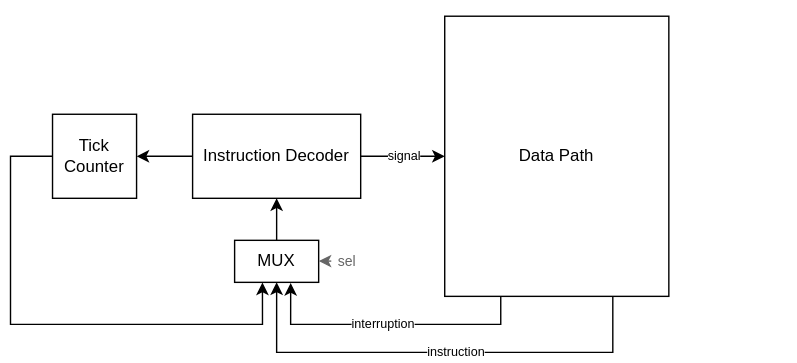
Above: schemes/control_unit.drawio.svg in glebmavi/csa_lab3 (draw.io), before the change. Source tidied: cells renumbered, new cells last; positions are measured from the earlier drawing's top-left corner, leaving out a move shared by most shapes.
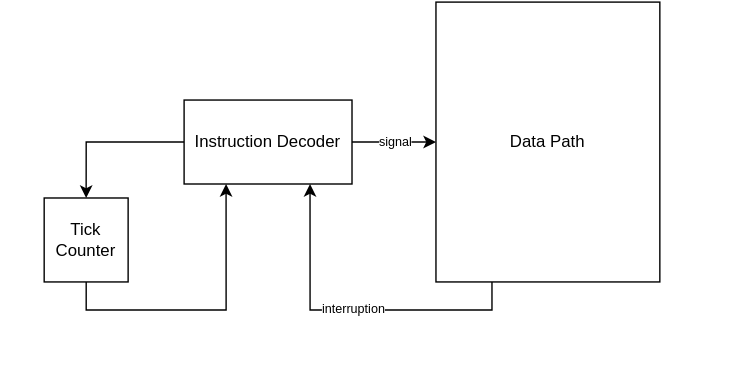
Above is the later version.

Diff of the diagram source:
```diff
@@ -2,11 +2,11 @@
   <root>
     <mxCell id="0" />
     <mxCell id="1" parent="0" />
-    <mxCell id="2" style="edgeStyle=orthogonalEdgeStyle;rounded=0;jettySize=auto;html=1;entryX=0.667;entryY=1.015;entryDx=0;entryDy=0;entryPerimeter=0;" parent="1" edge="1" source="6" target="14">
+    <mxCell id="2" style="edgeStyle=orthogonalEdgeStyle;rounded=0;jettySize=auto;html=1;entryX=0.75;entryY=1;entryDx=0;entryDy=0;" parent="1" edge="1" source="6" target="10">
       <mxGeometry relative="1" as="geometry">
         <Array as="points">
           <mxPoint x="350" y="230" />
-          <mxPoint x="200" y="230" />
+          <mxPoint x="220" y="230" />
         </Array>
       </mxGeometry>
     </mxCell>
@@ -15,25 +15,13 @@
         <mxPoint x="-28" as="offset" />
       </mxGeometry>
     </mxCell>
-    <mxCell id="4" style="edgeStyle=orthogonalEdgeStyle;rounded=0;jettySize=auto;html=1;entryX=0.5;entryY=1;entryDx=0;entryDy=0;" parent="1" edge="1" source="6" target="14">
-      <mxGeometry relative="1" as="geometry">
-        <Array as="points">
-          <mxPoint x="430" y="250" />
-          <mxPoint x="190" y="250" />
-        </Array>
-      </mxGeometry>
-    </mxCell>
-    <mxCell id="5" value="instruction" style="edgeLabel;html=1;align=center;verticalAlign=middle;fontSize=9;" parent="4" vertex="1">
-      <mxGeometry x="-0.08" relative="1" as="geometry" />
-    </mxCell>
     <mxCell id="6" value="Data Path" style="rounded=0;whiteSpace=wrap;html=1;" parent="1" vertex="1">
       <mxGeometry x="310" y="10" width="160" height="200" as="geometry" />
     </mxCell>
-    <mxCell id="7" style="edgeStyle=orthogonalEdgeStyle;rounded=0;jettySize=auto;html=1;entryX=1;entryY=0.5;entryDx=0;entryDy=0;" parent="1" edge="1" source="10" target="12">
+    <mxCell id="7" style="edgeStyle=orthogonalEdgeStyle;rounded=0;jettySize=auto;html=1;entryX=0.5;entryY=0;entryDx=0;entryDy=0;" parent="1" edge="1" source="10" target="12">
       <mxGeometry relative="1" as="geometry">
         <Array as="points">
-          <mxPoint x="110" y="110" />
-          <mxPoint x="110" y="110" />
+          <mxPoint x="60" y="110" />
         </Array>
       </mxGeometry>
     </mxCell>
@@ -48,38 +36,34 @@
     <mxCell id="10" value="Instruction Decoder" style="whiteSpace=wrap;html=1;" parent="1" vertex="1">
       <mxGeometry x="130" y="80" width="120" height="60" as="geometry" />
     </mxCell>
-    <mxCell id="11" style="edgeStyle=orthogonalEdgeStyle;rounded=0;jettySize=auto;html=1;entryX=0.331;entryY=1.004;entryDx=0;entryDy=0;entryPerimeter=0;" parent="1" edge="1" source="12" target="14">
+    <mxCell id="11" style="edgeStyle=orthogonalEdgeStyle;rounded=0;jettySize=auto;html=1;entryX=0.25;entryY=1;entryDx=0;entryDy=0;" parent="1" edge="1" source="12" target="10">
       <mxGeometry relative="1" as="geometry">
         <Array as="points">
-          <mxPoint y="110" />
-          <mxPoint y="230" />
-          <mxPoint x="180" y="230" />
+          <mxPoint x="60" y="230" />
+          <mxPoint x="160" y="230" />
         </Array>
       </mxGeometry>
     </mxCell>
     <mxCell id="12" value="Tick&lt;div&gt;Сounter&lt;/div&gt;" style="whiteSpace=wrap;html=1;" parent="1" vertex="1">
-      <mxGeometry x="30" y="80" width="60" height="60" as="geometry" />
+      <mxGeometry x="30" y="150" width="60" height="60" as="geometry" />
     </mxCell>
-    <mxCell id="13" style="edgeStyle=orthogonalEdgeStyle;rounded=0;jettySize=auto;html=1;entryX=0.5;entryY=1;entryDx=0;entryDy=0;" parent="1" edge="1" source="14" target="10">
-      <mxGeometry relative="1" as="geometry" />
-    </mxCell>
-    <mxCell id="14" value="MUX" style="rounded=0;whiteSpace=wrap;html=1;" parent="1" vertex="1">
-      <mxGeometry x="160" y="170" width="60" height="30" as="geometry" />
-    </mxCell>
-    <mxCell id="15" style="endArrow=classic;html=1;rounded=0;strokeColor=#666666;exitX=0;exitY=0.502;exitDx=0;exitDy=0;exitPerimeter=0;entryX=1.006;entryY=0.156;entryDx=0;entryDy=0;entryPerimeter=0;" parent="1" edge="1">
-      <mxGeometry relative="1" as="geometry">
-        <mxPoint x="229" y="184.8" as="sourcePoint" />
-        <mxPoint x="220" y="184.8" as="targetPoint" />
-      </mxGeometry>
-    </mxCell>
-    <mxCell id="16" value="&lt;font style=&quot;font-size: 10px;&quot;&gt;sel&lt;/font&gt;" style="text;html=1;align=center;verticalAlign=middle;strokeColor=none;fillColor=none;fontColor=#666666;" parent="1" vertex="1">
-      <mxGeometry x="220" y="170" width="40" height="30" as="geometry" />
-    </mxCell>
     <mxCell id="17" style="endArrow=none;dashed=1;html=1;dashPattern=1 3;strokeWidth=2;rounded=0;" parent="1" edge="1">
       <mxGeometry relative="1" as="geometry">
-        <mxPoint x="560" as="sourcePoint" />
-        <mxPoint x="560" as="targetPoint" />
+        <mxPoint y="270" as="sourcePoint" />
+        <mxPoint y="270" as="targetPoint" />
+        <Array as="points">
+          <mxPoint y="270" />
+        </Array>
       </mxGeometry>
     </mxCell>
+    <mxCell id="18" style="endArrow=none;dashed=1;html=1;dashPattern=1 3;strokeWidth=2;rounded=0;" parent="1" edge="1">
+      <mxGeometry relative="1" as="geometry">
+        <mxPoint x="520" y="10" as="sourcePoint" />
+        <mxPoint x="520" y="10" as="targetPoint" />
+        <Array as="points">
+          <mxPoint x="520" y="10" />
+        </Array>
+      </mxGeometry>
+    </mxCell>
   </root>
 </mxGraphModel>
```
